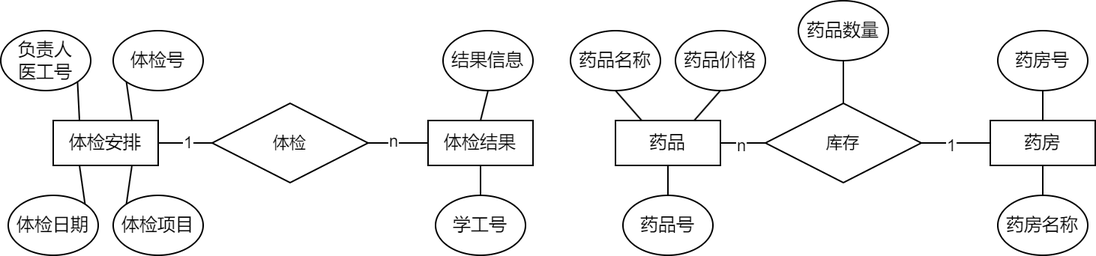
Before: docs/系统设计报告/images/dividedER4.png, a diagram exported from draw.io (Meng-XuanYu/Medical_System). Source tidied: cells renumbered, new cells last; positions are measured from the earlier drawing's top-left corner, leaving out a move shared by most shapes. Source of this version:
```xml
<mxGraphModel>
  <root>
    <mxCell id="0" />
    <mxCell id="1" parent="0" />
    <mxCell id="2" value="药房" style="html=1;dashed=0;whiteSpace=wrap;" parent="1" vertex="1">
      <mxGeometry x="660" y="80" width="70" height="30" as="geometry" />
    </mxCell>
    <mxCell id="3" style="edgeStyle=none;shape=connector;rounded=0;jettySize=auto;html=1;exitX=0.5;exitY=1;exitDx=0;exitDy=0;entryX=0.5;entryY=0;entryDx=0;entryDy=0;strokeColor=default;align=center;verticalAlign=middle;fontFamily=Helvetica;fontSize=11;fontColor=default;labelBackgroundColor=default;endArrow=none;endFill=0;" parent="1" edge="1" source="4" target="2">
      <mxGeometry relative="1" as="geometry" />
    </mxCell>
    <mxCell id="4" value="药房号" style="ellipse;whiteSpace=wrap;html=1;strokeColor=default;align=center;verticalAlign=middle;fontFamily=Helvetica;fontSize=12;fontColor=default;fillColor=default;labelBackgroundColor=default;" parent="1" vertex="1">
      <mxGeometry x="665" y="20" width="60" height="40" as="geometry" />
    </mxCell>
    <mxCell id="5" style="edgeStyle=none;shape=connector;rounded=0;jettySize=auto;html=1;exitX=0.5;exitY=0;exitDx=0;exitDy=0;entryX=0.5;entryY=1;entryDx=0;entryDy=0;strokeColor=default;align=center;verticalAlign=middle;fontFamily=Helvetica;fontSize=11;fontColor=default;labelBackgroundColor=default;endArrow=none;endFill=0;" parent="1" edge="1" source="6" target="2">
      <mxGeometry relative="1" as="geometry" />
    </mxCell>
    <mxCell id="6" value="药房名称" style="ellipse;whiteSpace=wrap;html=1;strokeColor=default;align=center;verticalAlign=middle;fontFamily=Helvetica;fontSize=12;fontColor=default;fillColor=default;labelBackgroundColor=default;" parent="1" vertex="1">
      <mxGeometry x="665" y="130" width="60" height="40" as="geometry" />
    </mxCell>
    <mxCell id="7" style="edgeStyle=none;shape=connector;rounded=0;jettySize=auto;html=1;exitX=0.5;exitY=0;exitDx=0;exitDy=0;entryX=0.5;entryY=1;entryDx=0;entryDy=0;strokeColor=default;align=center;verticalAlign=middle;fontFamily=Helvetica;fontSize=11;fontColor=default;labelBackgroundColor=default;endArrow=none;endFill=0;" parent="1" edge="1" source="8" target="9">
      <mxGeometry relative="1" as="geometry" />
    </mxCell>
    <mxCell id="8" value="药品号" style="ellipse;whiteSpace=wrap;html=1;strokeColor=default;align=center;verticalAlign=middle;fontFamily=Helvetica;fontSize=12;fontColor=default;fillColor=default;labelBackgroundColor=default;" parent="1" vertex="1">
      <mxGeometry x="415" y="130" width="60" height="40" as="geometry" />
    </mxCell>
    <mxCell id="9" value="药品" style="html=1;dashed=0;whiteSpace=wrap;" parent="1" vertex="1">
      <mxGeometry x="410" y="80" width="70" height="30" as="geometry" />
    </mxCell>
    <mxCell id="10" style="edgeStyle=none;shape=connector;rounded=0;jettySize=auto;html=1;exitX=0.5;exitY=1;exitDx=0;exitDy=0;entryX=0.25;entryY=0;entryDx=0;entryDy=0;strokeColor=default;align=center;verticalAlign=middle;fontFamily=Helvetica;fontSize=11;fontColor=default;labelBackgroundColor=default;endArrow=none;endFill=0;" parent="1" edge="1" source="11" target="9">
      <mxGeometry relative="1" as="geometry" />
    </mxCell>
    <mxCell id="11" value="药品名称" style="ellipse;whiteSpace=wrap;html=1;strokeColor=default;align=center;verticalAlign=middle;fontFamily=Helvetica;fontSize=12;fontColor=default;fillColor=default;labelBackgroundColor=default;" parent="1" vertex="1">
      <mxGeometry x="380" y="20" width="60" height="40" as="geometry" />
    </mxCell>
    <mxCell id="12" style="edgeStyle=none;shape=connector;rounded=0;jettySize=auto;html=1;exitX=0.5;exitY=1;exitDx=0;exitDy=0;entryX=0.75;entryY=0;entryDx=0;entryDy=0;strokeColor=default;align=center;verticalAlign=middle;fontFamily=Helvetica;fontSize=11;fontColor=default;labelBackgroundColor=default;endArrow=none;endFill=0;" parent="1" edge="1" source="13" target="9">
      <mxGeometry relative="1" as="geometry" />
    </mxCell>
    <mxCell id="13" value="药品价格" style="ellipse;whiteSpace=wrap;html=1;strokeColor=default;align=center;verticalAlign=middle;fontFamily=Helvetica;fontSize=12;fontColor=default;fillColor=default;labelBackgroundColor=default;" parent="1" vertex="1">
      <mxGeometry x="450" y="20" width="60" height="40" as="geometry" />
    </mxCell>
    <mxCell id="14" style="edgeStyle=none;shape=connector;rounded=0;jettySize=auto;html=1;exitX=0;exitY=0.5;exitDx=0;exitDy=0;entryX=1;entryY=0.5;entryDx=0;entryDy=0;strokeColor=default;align=center;verticalAlign=middle;fontFamily=Helvetica;fontSize=11;fontColor=default;labelBackgroundColor=default;endArrow=none;endFill=0;" parent="1" edge="1" source="18" target="9">
      <mxGeometry relative="1" as="geometry" />
    </mxCell>
    <mxCell id="15" value="n" style="edgeLabel;html=1;align=center;verticalAlign=middle;fontFamily=Helvetica;fontSize=11;fontColor=default;labelBackgroundColor=default;" parent="14" vertex="1">
      <mxGeometry x="0.12" y="1" relative="1" as="geometry" />
    </mxCell>
    <mxCell id="16" style="edgeStyle=none;shape=connector;rounded=0;jettySize=auto;html=1;exitX=1;exitY=0.5;exitDx=0;exitDy=0;entryX=0;entryY=0.5;entryDx=0;entryDy=0;strokeColor=default;align=center;verticalAlign=middle;fontFamily=Helvetica;fontSize=11;fontColor=default;labelBackgroundColor=default;endArrow=none;endFill=0;" parent="1" edge="1" source="18" target="2">
      <mxGeometry relative="1" as="geometry" />
    </mxCell>
    <mxCell id="17" value="1" style="edgeLabel;html=1;align=center;verticalAlign=middle;fontFamily=Helvetica;fontSize=11;fontColor=default;labelBackgroundColor=default;" parent="16" vertex="1">
      <mxGeometry x="-0.18" y="-1" relative="1" as="geometry" />
    </mxCell>
    <mxCell id="18" value="库存" style="rhombus;whiteSpace=wrap;html=1;fontFamily=Helvetica;fontSize=11;fontColor=default;labelBackgroundColor=default;" parent="1" vertex="1">
      <mxGeometry x="510" y="68.5" width="104" height="53" as="geometry" />
    </mxCell>
    <mxCell id="19" style="edgeStyle=none;shape=connector;rounded=0;jettySize=auto;html=1;exitX=0.5;exitY=1;exitDx=0;exitDy=0;entryX=0.5;entryY=0;entryDx=0;entryDy=0;strokeColor=default;align=center;verticalAlign=middle;fontFamily=Helvetica;fontSize=11;fontColor=default;labelBackgroundColor=default;endArrow=none;endFill=0;" parent="1" edge="1" target="18">
      <mxGeometry relative="1" as="geometry">
        <mxPoint x="562" y="40" as="sourcePoint" />
      </mxGeometry>
    </mxCell>
    <mxCell id="20" style="edgeStyle=none;shape=connector;rounded=0;jettySize=auto;html=1;strokeColor=default;align=center;verticalAlign=middle;fontFamily=Helvetica;fontSize=11;fontColor=default;labelBackgroundColor=default;endArrow=none;endFill=0;exitX=0.5;exitY=1;exitDx=0;exitDy=0;" parent="1" edge="1" source="21" target="18">
      <mxGeometry relative="1" as="geometry" />
    </mxCell>
    <mxCell id="21" value="药品数量" style="ellipse;whiteSpace=wrap;html=1;strokeColor=default;align=center;verticalAlign=middle;fontFamily=Helvetica;fontSize=12;fontColor=default;fillColor=default;labelBackgroundColor=default;" parent="1" vertex="1">
      <mxGeometry x="532" width="60" height="40" as="geometry" />
    </mxCell>
    <mxCell id="22" style="edgeStyle=none;shape=connector;rounded=0;jettySize=auto;html=1;exitX=1;exitY=0.5;exitDx=0;exitDy=0;entryX=0;entryY=0.5;entryDx=0;entryDy=0;strokeColor=default;align=center;verticalAlign=middle;fontFamily=Helvetica;fontSize=11;fontColor=default;labelBackgroundColor=default;endArrow=none;endFill=0;" parent="1" edge="1" source="24" target="36">
      <mxGeometry relative="1" as="geometry" />
    </mxCell>
    <mxCell id="23" value="1" style="edgeLabel;html=1;align=center;verticalAlign=middle;fontFamily=Helvetica;fontSize=11;fontColor=default;labelBackgroundColor=default;" parent="22" vertex="1">
      <mxGeometry x="0.04" y="1" relative="1" as="geometry" />
    </mxCell>
    <mxCell id="24" value="体检安排" style="html=1;dashed=0;whiteSpace=wrap;" parent="1" vertex="1">
      <mxGeometry x="35" y="80" width="70" height="30" as="geometry" />
    </mxCell>
    <mxCell id="25" style="edgeStyle=none;shape=connector;rounded=0;jettySize=auto;html=1;exitX=0;exitY=1;exitDx=0;exitDy=0;entryX=0.75;entryY=0;entryDx=0;entryDy=0;strokeColor=default;align=center;verticalAlign=middle;fontFamily=Helvetica;fontSize=11;fontColor=default;labelBackgroundColor=default;endArrow=none;endFill=0;" parent="1" edge="1" source="26" target="24">
      <mxGeometry relative="1" as="geometry" />
    </mxCell>
    <mxCell id="26" value="体检号" style="ellipse;whiteSpace=wrap;html=1;strokeColor=default;align=center;verticalAlign=middle;fontFamily=Helvetica;fontSize=12;fontColor=default;fillColor=default;labelBackgroundColor=default;" parent="1" vertex="1">
      <mxGeometry x="75" y="20" width="60" height="40" as="geometry" />
    </mxCell>
    <mxCell id="27" style="edgeStyle=none;shape=connector;rounded=0;jettySize=auto;html=1;exitX=0;exitY=0;exitDx=0;exitDy=0;entryX=0.75;entryY=1;entryDx=0;entryDy=0;strokeColor=default;align=center;verticalAlign=middle;fontFamily=Helvetica;fontSize=11;fontColor=default;labelBackgroundColor=default;endArrow=none;endFill=0;" parent="1" edge="1" source="28" target="24">
      <mxGeometry relative="1" as="geometry" />
    </mxCell>
    <mxCell id="28" value="体检项目" style="ellipse;whiteSpace=wrap;html=1;strokeColor=default;align=center;verticalAlign=middle;fontFamily=Helvetica;fontSize=12;fontColor=default;fillColor=default;labelBackgroundColor=default;" parent="1" vertex="1">
      <mxGeometry x="75" y="130" width="60" height="40" as="geometry" />
    </mxCell>
    <mxCell id="29" style="edgeStyle=none;shape=connector;rounded=0;jettySize=auto;html=1;exitX=1;exitY=0;exitDx=0;exitDy=0;entryX=0.25;entryY=1;entryDx=0;entryDy=0;strokeColor=default;align=center;verticalAlign=middle;fontFamily=Helvetica;fontSize=11;fontColor=default;labelBackgroundColor=default;endArrow=none;endFill=0;" parent="1" edge="1" source="30" target="24">
      <mxGeometry relative="1" as="geometry" />
    </mxCell>
    <mxCell id="30" value="体检日期" style="ellipse;whiteSpace=wrap;html=1;strokeColor=default;align=center;verticalAlign=middle;fontFamily=Helvetica;fontSize=12;fontColor=default;fillColor=default;labelBackgroundColor=default;" parent="1" vertex="1">
      <mxGeometry x="5" y="130" width="60" height="40" as="geometry" />
    </mxCell>
    <mxCell id="31" style="edgeStyle=none;shape=connector;rounded=0;jettySize=auto;html=1;exitX=1;exitY=1;exitDx=0;exitDy=0;entryX=0.25;entryY=0;entryDx=0;entryDy=0;strokeColor=default;align=center;verticalAlign=middle;fontFamily=Helvetica;fontSize=11;fontColor=default;labelBackgroundColor=default;endArrow=none;endFill=0;" parent="1" edge="1" source="32" target="24">
      <mxGeometry relative="1" as="geometry" />
    </mxCell>
    <mxCell id="32" value="负责人&lt;div&gt;医工号&lt;/div&gt;" style="ellipse;whiteSpace=wrap;html=1;strokeColor=default;align=center;verticalAlign=middle;fontFamily=Helvetica;fontSize=12;fontColor=default;fillColor=default;labelBackgroundColor=default;" parent="1" vertex="1">
      <mxGeometry y="20" width="60" height="40" as="geometry" />
    </mxCell>
    <mxCell id="33" value="体检结果" style="html=1;dashed=0;whiteSpace=wrap;" parent="1" vertex="1">
      <mxGeometry x="285" y="80" width="70" height="30" as="geometry" />
    </mxCell>
    <mxCell id="34" style="edgeStyle=none;shape=connector;rounded=0;jettySize=auto;html=1;exitX=1;exitY=0.5;exitDx=0;exitDy=0;entryX=0;entryY=0.5;entryDx=0;entryDy=0;strokeColor=default;align=center;verticalAlign=middle;fontFamily=Helvetica;fontSize=11;fontColor=default;labelBackgroundColor=default;endArrow=none;endFill=0;" parent="1" edge="1" source="36" target="33">
      <mxGeometry relative="1" as="geometry" />
    </mxCell>
    <mxCell id="35" value="n" style="edgeLabel;html=1;align=center;verticalAlign=middle;fontFamily=Helvetica;fontSize=11;fontColor=default;labelBackgroundColor=default;" parent="34" vertex="1">
      <mxGeometry x="-0.22" y="2" relative="1" as="geometry" />
    </mxCell>
    <mxCell id="36" value="体检" style="rhombus;whiteSpace=wrap;html=1;fontFamily=Helvetica;fontSize=11;fontColor=default;labelBackgroundColor=default;" parent="1" vertex="1">
      <mxGeometry x="141" y="68.5" width="104" height="53" as="geometry" />
    </mxCell>
    <mxCell id="37" style="edgeStyle=none;shape=connector;rounded=0;jettySize=auto;html=1;exitX=0.5;exitY=1;exitDx=0;exitDy=0;entryX=0.5;entryY=0;entryDx=0;entryDy=0;strokeColor=default;align=center;verticalAlign=middle;fontFamily=Helvetica;fontSize=11;fontColor=default;labelBackgroundColor=default;endArrow=none;endFill=0;" parent="1" edge="1" source="38" target="33">
      <mxGeometry relative="1" as="geometry" />
    </mxCell>
    <mxCell id="38" value="结果信息" style="ellipse;whiteSpace=wrap;html=1;strokeColor=default;align=center;verticalAlign=middle;fontFamily=Helvetica;fontSize=12;fontColor=default;fillColor=default;labelBackgroundColor=default;" parent="1" vertex="1">
      <mxGeometry x="295" y="20" width="60" height="40" as="geometry" />
    </mxCell>
    <mxCell id="39" style="edgeStyle=none;shape=connector;rounded=0;jettySize=auto;html=1;exitX=0.5;exitY=0;exitDx=0;exitDy=0;entryX=0.5;entryY=1;entryDx=0;entryDy=0;strokeColor=default;align=center;verticalAlign=middle;fontFamily=Helvetica;fontSize=11;fontColor=default;labelBackgroundColor=default;endArrow=none;endFill=0;" parent="1" edge="1" source="40" target="33">
      <mxGeometry relative="1" as="geometry" />
    </mxCell>
    <mxCell id="40" value="学工号" style="ellipse;whiteSpace=wrap;html=1;" parent="1" vertex="1">
      <mxGeometry x="290" y="130" width="60" height="40" as="geometry" />
    </mxCell>
  </root>
</mxGraphModel>
```
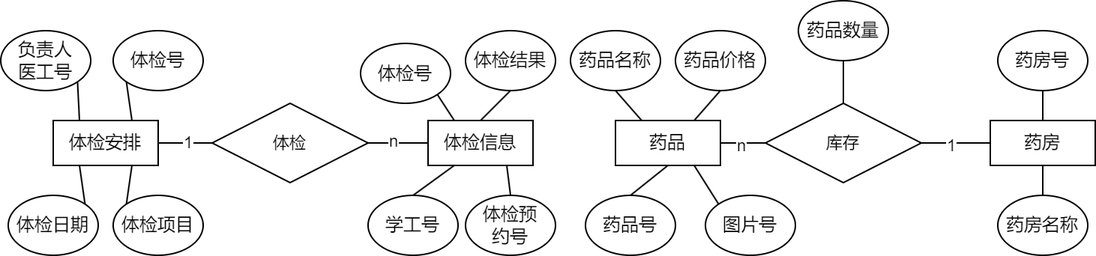
After the change.

What changed in the source:
```diff
@@ -21,8 +21,11 @@
       <mxGeometry relative="1" as="geometry" />
     </mxCell>
     <mxCell id="8" value="药品号" style="ellipse;whiteSpace=wrap;html=1;strokeColor=default;align=center;verticalAlign=middle;fontFamily=Helvetica;fontSize=12;fontColor=default;fillColor=default;labelBackgroundColor=default;" parent="1" vertex="1">
-      <mxGeometry x="415" y="130" width="60" height="40" as="geometry" />
+      <mxGeometry x="390" y="130" width="60" height="40" as="geometry" />
     </mxCell>
+    <mxCell id="41" style="rounded=0;jettySize=auto;html=1;exitX=0.75;exitY=1;exitDx=0;exitDy=0;entryX=0;entryY=0;entryDx=0;entryDy=0;endArrow=none;endFill=0;" parent="1" edge="1" source="9" target="43">
+      <mxGeometry relative="1" as="geometry" />
+    </mxCell>
     <mxCell id="9" value="药品" style="html=1;dashed=0;whiteSpace=wrap;" parent="1" vertex="1">
       <mxGeometry x="410" y="80" width="70" height="30" as="geometry" />
     </mxCell>
@@ -97,7 +100,10 @@
     <mxCell id="32" value="负责人&lt;div&gt;医工号&lt;/div&gt;" style="ellipse;whiteSpace=wrap;html=1;strokeColor=default;align=center;verticalAlign=middle;fontFamily=Helvetica;fontSize=12;fontColor=default;fillColor=default;labelBackgroundColor=default;" parent="1" vertex="1">
       <mxGeometry y="20" width="60" height="40" as="geometry" />
     </mxCell>
+    <mxCell id="42" style="rounded=0;jettySize=auto;html=1;exitX=0.75;exitY=1;exitDx=0;exitDy=0;entryX=0.5;entryY=0;entryDx=0;entryDy=0;endArrow=none;endFill=0;" parent="1" edge="1" source="33" target="44">
+      <mxGeometry relative="1" as="geometry" />
+    </mxCell>
-    <mxCell id="33" value="体检结果" style="html=1;dashed=0;whiteSpace=wrap;" parent="1" vertex="1">
+    <mxCell id="33" value="体检信息" style="html=1;dashed=0;whiteSpace=wrap;" parent="1" vertex="1">
       <mxGeometry x="285" y="80" width="70" height="30" as="geometry" />
     </mxCell>
     <mxCell id="34" style="edgeStyle=none;shape=connector;rounded=0;jettySize=auto;html=1;exitX=1;exitY=0.5;exitDx=0;exitDy=0;entryX=0;entryY=0.5;entryDx=0;entryDy=0;strokeColor=default;align=center;verticalAlign=middle;fontFamily=Helvetica;fontSize=11;fontColor=default;labelBackgroundColor=default;endArrow=none;endFill=0;" parent="1" edge="1" source="36" target="33">
@@ -112,14 +118,26 @@
     <mxCell id="37" style="edgeStyle=none;shape=connector;rounded=0;jettySize=auto;html=1;exitX=0.5;exitY=1;exitDx=0;exitDy=0;entryX=0.5;entryY=0;entryDx=0;entryDy=0;strokeColor=default;align=center;verticalAlign=middle;fontFamily=Helvetica;fontSize=11;fontColor=default;labelBackgroundColor=default;endArrow=none;endFill=0;" parent="1" edge="1" source="38" target="33">
       <mxGeometry relative="1" as="geometry" />
     </mxCell>
-    <mxCell id="38" value="结果信息" style="ellipse;whiteSpace=wrap;html=1;strokeColor=default;align=center;verticalAlign=middle;fontFamily=Helvetica;fontSize=12;fontColor=default;fillColor=default;labelBackgroundColor=default;" parent="1" vertex="1">
-      <mxGeometry x="295" y="20" width="60" height="40" as="geometry" />
+    <mxCell id="38" value="体检结果" style="ellipse;whiteSpace=wrap;html=1;strokeColor=default;align=center;verticalAlign=middle;fontFamily=Helvetica;fontSize=12;fontColor=default;fillColor=default;labelBackgroundColor=default;" parent="1" vertex="1">
+      <mxGeometry x="310" y="20" width="60" height="40" as="geometry" />
     </mxCell>
-    <mxCell id="39" style="edgeStyle=none;shape=connector;rounded=0;jettySize=auto;html=1;exitX=0.5;exitY=0;exitDx=0;exitDy=0;entryX=0.5;entryY=1;entryDx=0;entryDy=0;strokeColor=default;align=center;verticalAlign=middle;fontFamily=Helvetica;fontSize=11;fontColor=default;labelBackgroundColor=default;endArrow=none;endFill=0;" parent="1" edge="1" source="40" target="33">
+    <mxCell id="39" style="edgeStyle=none;shape=connector;rounded=0;jettySize=auto;html=1;exitX=0.5;exitY=0;exitDx=0;exitDy=0;entryX=0.25;entryY=1;entryDx=0;entryDy=0;strokeColor=default;align=center;verticalAlign=middle;fontFamily=Helvetica;fontSize=11;fontColor=default;labelBackgroundColor=default;endArrow=none;endFill=0;" parent="1" edge="1" source="40" target="33">
       <mxGeometry relative="1" as="geometry" />
     </mxCell>
     <mxCell id="40" value="学工号" style="ellipse;whiteSpace=wrap;html=1;" parent="1" vertex="1">
-      <mxGeometry x="290" y="130" width="60" height="40" as="geometry" />
+      <mxGeometry x="245" y="130" width="60" height="40" as="geometry" />
     </mxCell>
+    <mxCell id="43" value="图片号" style="ellipse;whiteSpace=wrap;html=1;strokeColor=default;align=center;verticalAlign=middle;fontFamily=Helvetica;fontSize=12;fontColor=default;fillColor=default;labelBackgroundColor=default;" parent="1" vertex="1">
+      <mxGeometry x="470" y="130" width="60" height="40" as="geometry" />
+    </mxCell>
+    <mxCell id="44" value="体检预&lt;div&gt;约号&lt;/div&gt;" style="ellipse;whiteSpace=wrap;html=1;" parent="1" vertex="1">
+      <mxGeometry x="310" y="130" width="60" height="40" as="geometry" />
+    </mxCell>
+    <mxCell id="45" style="rounded=0;jettySize=auto;html=1;exitX=1;exitY=1;exitDx=0;exitDy=0;entryX=0.25;entryY=0;entryDx=0;entryDy=0;endArrow=none;endFill=0;" parent="1" edge="1" source="46" target="33">
+      <mxGeometry relative="1" as="geometry" />
+    </mxCell>
+    <mxCell id="46" value="体检号" style="ellipse;whiteSpace=wrap;html=1;strokeColor=default;align=center;verticalAlign=middle;fontFamily=Helvetica;fontSize=12;fontColor=default;fillColor=default;labelBackgroundColor=default;" parent="1" vertex="1">
+      <mxGeometry x="240" y="28.5" width="60" height="40" as="geometry" />
+    </mxCell>
   </root>
 </mxGraphModel>
```
